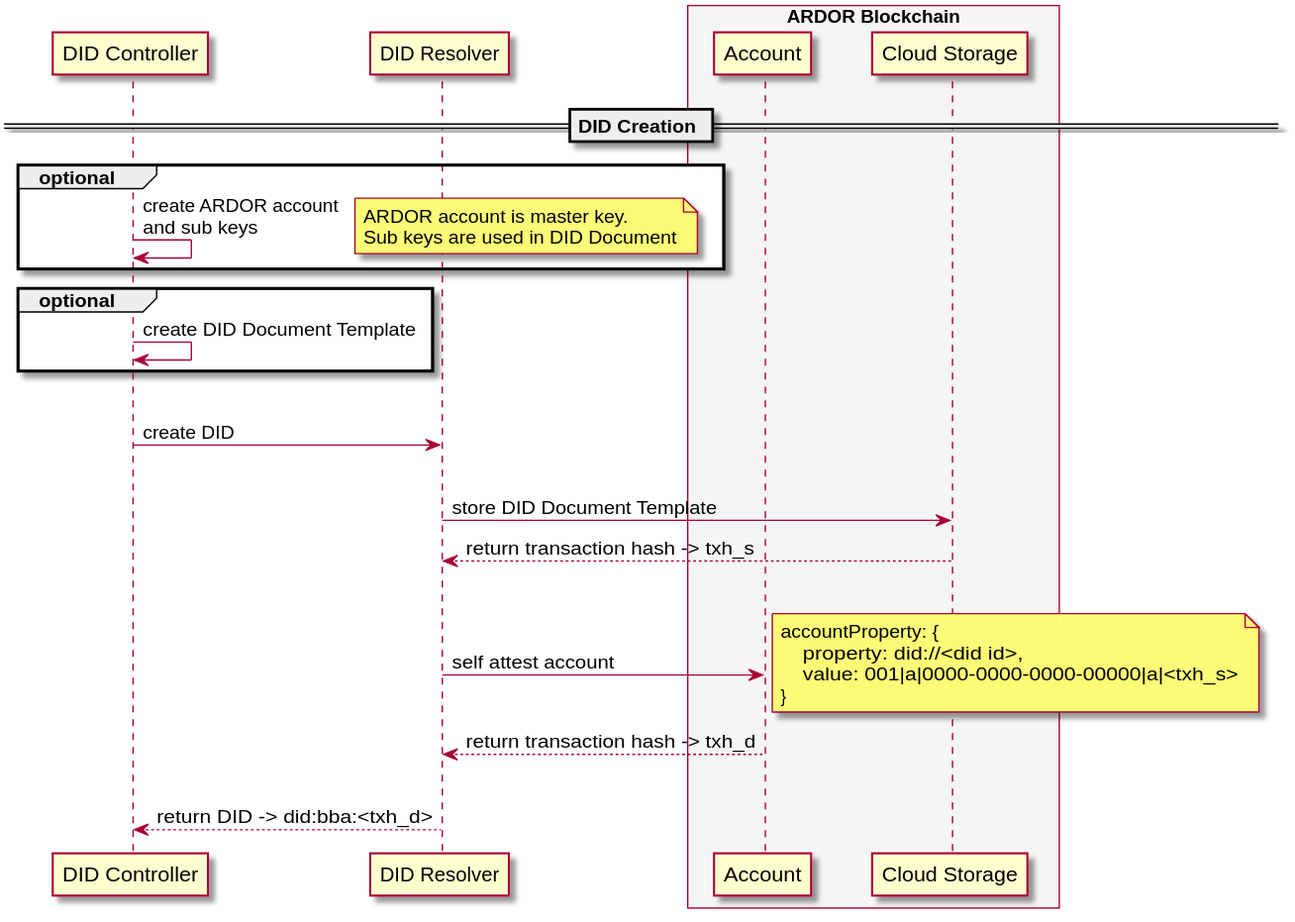
Before: docs/plantuml/out/did-create.svg, a diagram exported from PlantUML (blobaa/bba-did-method-specification).
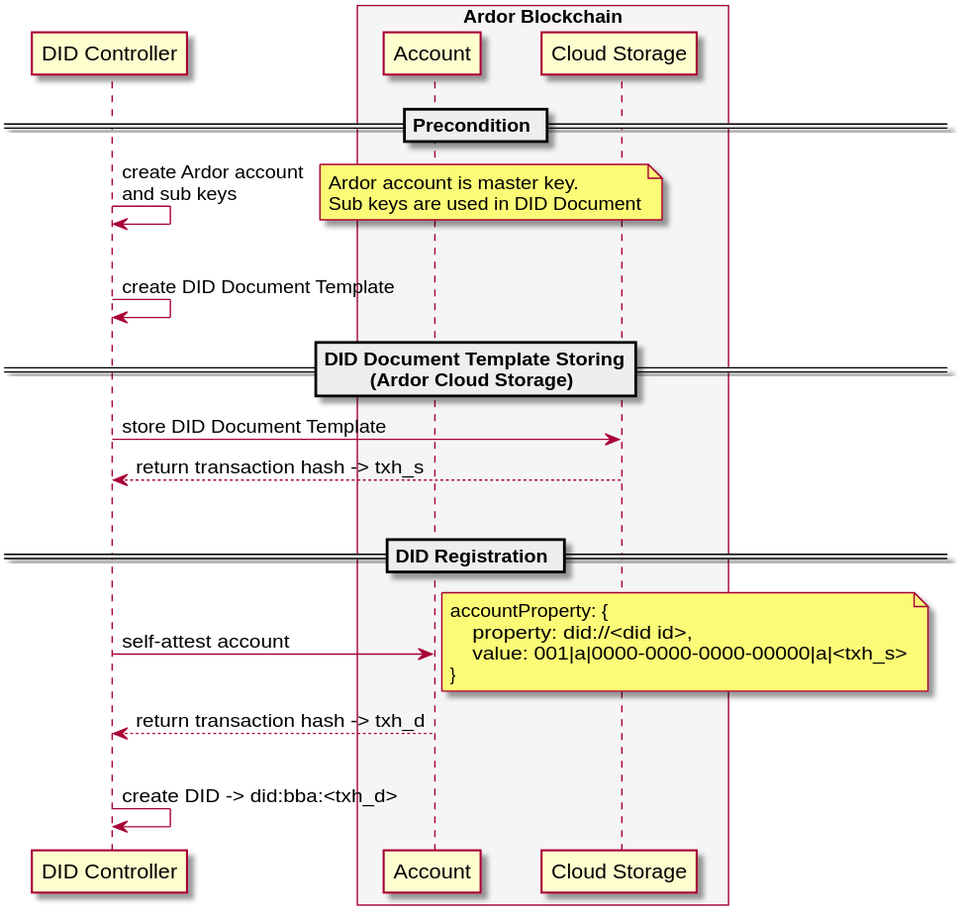
The same diagram one commit later.

Commit message:
updated did creation diagram

The edit, as a diff of the source:
```diff
@@ -3,42 +3,38 @@
 skinparam ParticipantPadding 15
 
 
-participant "DID Controller" as USR
-participant "DID Resolver" as RES
-box "ARDOR Blockchain" #WhiteSmoke
+participant "DID Controller" as DCR
+box "Ardor Blockchain" #WhiteSmoke
     participant "Account" as ATTE
     participant "Cloud Storage" as STR
 end box
 
 
-== DID Creation ==
+== Precondition ==
+DCR -> DCR: create Ardor account\nand sub keys
+note right
+    Ardor account is master key.
+    Sub keys are used in DID Document
+end note
+|||
+DCR -> DCR: create DID Document Template
 
-group optional
-    USR -> USR: create ARDOR account\nand sub keys
-    note right
-        ARDOR account is master key.
-        Sub keys are used in DID Document
-    end note
-end
-group optional
-    USR -> USR: create DID Document Template
-end
+== DID Document Template Storing\n(Ardor Cloud Storage) ==
+DCR -> STR: store DID Document Template
+STR --> DCR: return transaction hash -> txh_s
 |||
-USR -> RES: create DID
-|||
-RES -> STR: store DID Document Template
-STR --> RES: return transaction hash -> txh_s
-|||
-RES -> ATTE: self attest account
+
+== DID Registration ==
+DCR -> ATTE: self-attest account
 note right
     accountProperty: {
         property: did://<did id>,
         value: 001|a|0000-0000-0000-00000|a|<txh_s>
     }
 end note
-ATTE --> RES: return transaction hash -> txh_d
+ATTE --> DCR: return transaction hash -> txh_d
 |||
-RES --> USR: return DID -> did:bba:<txh_d>
+DCR -> DCR: create DID -> did:bba:<txh_d>
 
 
 @enduml
```
